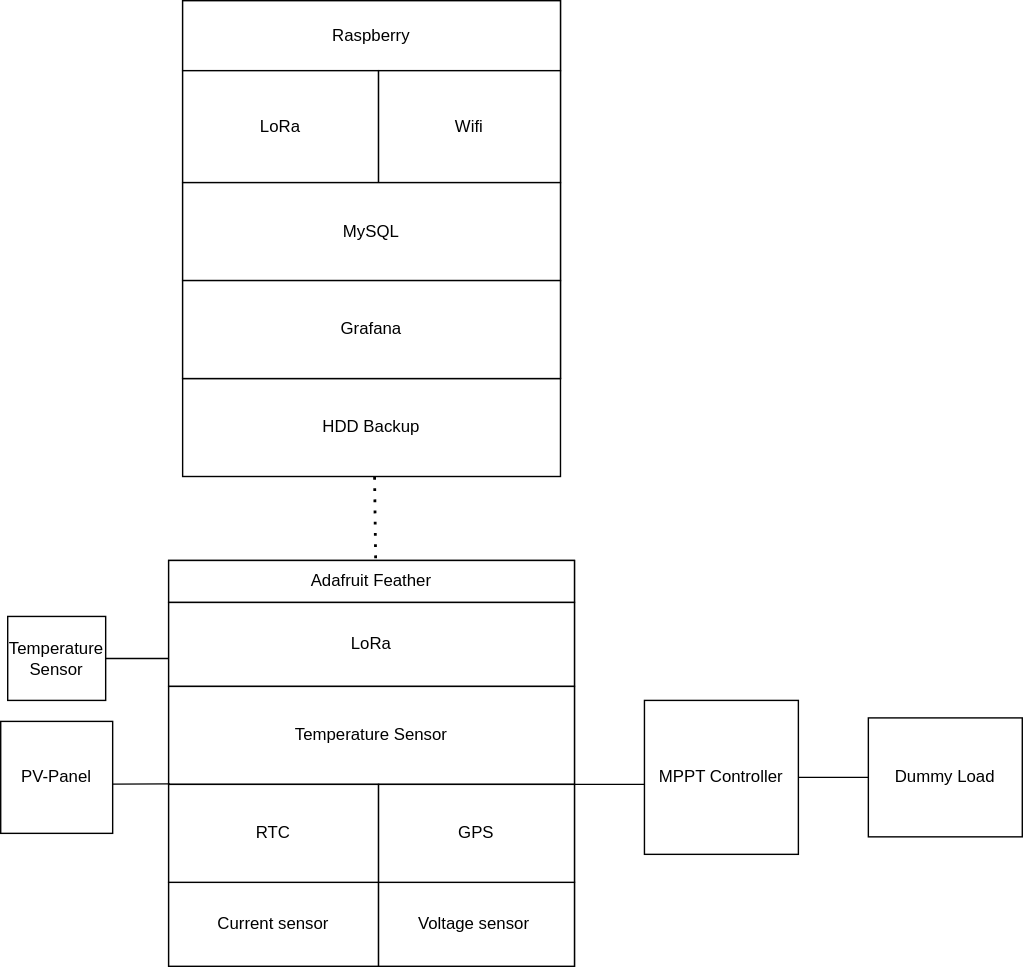
PSenfft/pv_test_station keeps this draw.io diagram as doc/PV_test_station.drawio.svg. Above is the earlier version. Source tidied: cells renumbered, new cells last; positions are measured from the earlier drawing's top-left corner, leaving out a move shared by most shapes.
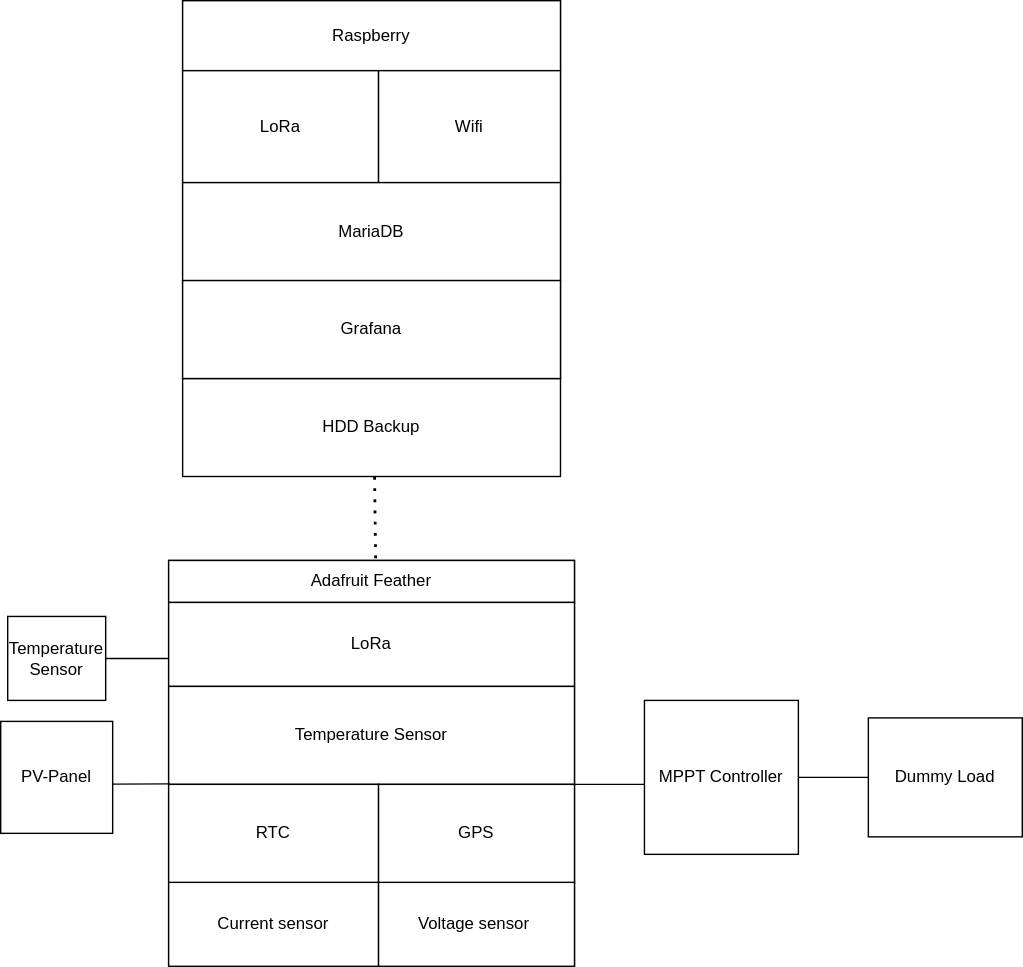
The same diagram one commit later.

What changed in the source:
```diff
@@ -44,7 +44,7 @@
     <mxCell id="15" value="Wifi" style="rounded=0;whiteSpace=wrap;html=1;" parent="1" vertex="1">
       <mxGeometry x="270" y="50" width="130" height="80" as="geometry" />
     </mxCell>
-    <mxCell id="16" value="MySQL" style="rounded=0;whiteSpace=wrap;html=1;" parent="1" vertex="1">
+    <mxCell id="16" value="MariaDB" style="rounded=0;whiteSpace=wrap;html=1;" parent="1" vertex="1">
       <mxGeometry x="130" y="130" width="270" height="70" as="geometry" />
     </mxCell>
     <mxCell id="17" value="HDD Backup" style="rounded=0;whiteSpace=wrap;html=1;" parent="1" vertex="1">
```
